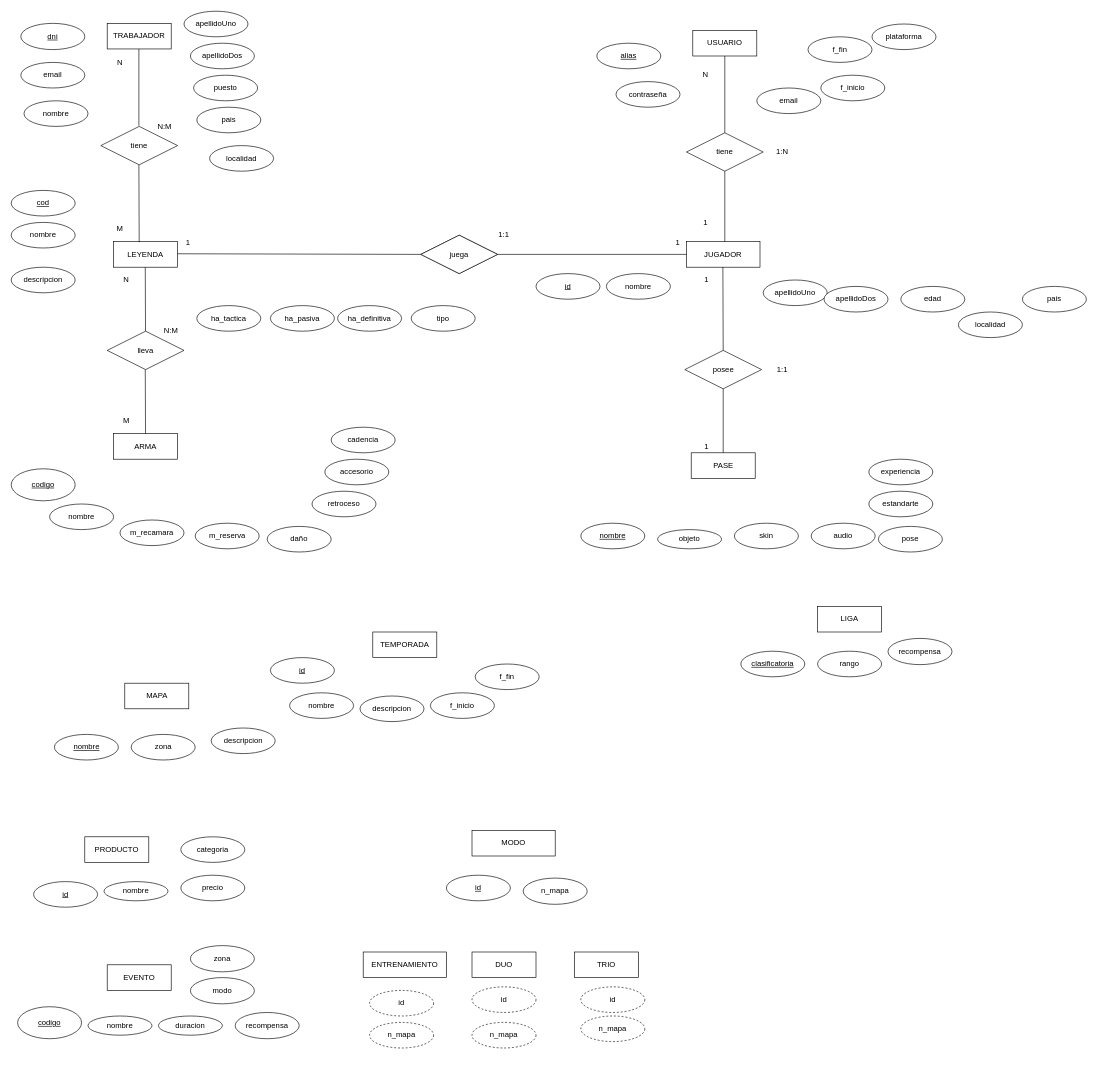
The draw.io diagram modelo_entidad_relacion/modelo_entidad_relacion.drawio in raulgp97/base_de_datos_apex_leyends, before the edit. Source tidied: cells renumbered, new cells numbered last; positions are measured from the earlier drawing's top-left corner, leaving out a move shared by most shapes. Both pictures are drawn from the tidied source at 64%, with x=0, y=0 at pixel (11, 11).
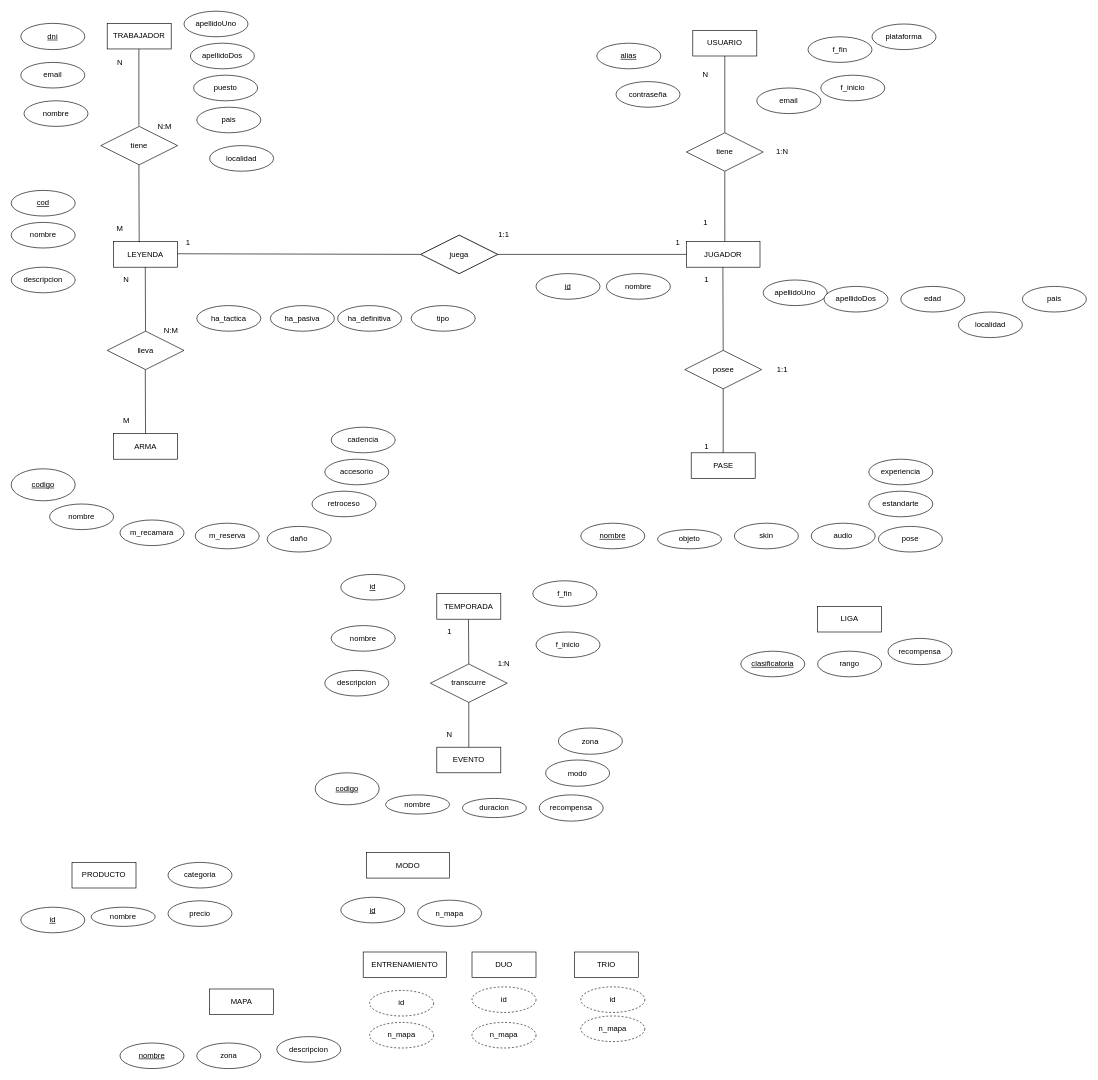
After the change.

Commit message:
Relacion temporada y evento: He establecido la relacion uno a muchos entre las entidades temporada y evento modelo_entidad_relacion.drawio

The edit, as a diff of the source:
```diff
@@
     <mxCell id="5" value="MAPA" style="whiteSpace=wrap;html=1;align=center;" parent="1" vertex="1">
-      <mxGeometry x="177.5" y="1050" width="100" height="40" as="geometry" />
+      <mxGeometry x="310" y="1527.8" width="100" height="40" as="geometry" />
     </mxCell>
     <mxCell id="6" value="TEMPORADA" style="whiteSpace=wrap;html=1;align=center;" parent="1" vertex="1">
-      <mxGeometry x="565" y="970" width="100" height="40" as="geometry" />
+      <mxGeometry x="665" y="910" width="100" height="40" as="geometry" />
     </mxCell>
@@
     <mxCell id="10" value="PRODUCTO" style="whiteSpace=wrap;html=1;align=center;" parent="1" vertex="1">
-      <mxGeometry x="115" y="1290" width="100" height="40" as="geometry" />
+      <mxGeometry x="95" y="1330" width="100" height="40" as="geometry" />
     </mxCell>
@@
     <mxCell id="14" value="EVENTO" style="whiteSpace=wrap;html=1;align=center;" parent="1" vertex="1">
-      <mxGeometry x="150" y="1490" width="100" height="40" as="geometry" />
+      <mxGeometry x="665" y="1150" width="100" height="40" as="geometry" />
     </mxCell>
@@
     <mxCell id="44" value="id" style="ellipse;whiteSpace=wrap;html=1;align=center;fontStyle=4;" parent="1" vertex="1">
-      <mxGeometry x="405" y="1010" width="100" height="40" as="geometry" />
+      <mxGeometry x="515" y="880" width="100" height="40" as="geometry" />
     </mxCell>
     <mxCell id="45" value="nombre" style="ellipse;whiteSpace=wrap;html=1;align=center;" parent="1" vertex="1">
-      <mxGeometry x="435" y="1065" width="100" height="40" as="geometry" />
+      <mxGeometry x="500" y="960" width="100" height="40" as="geometry" />
     </mxCell>
     <mxCell id="46" value="f_inicio" style="ellipse;whiteSpace=wrap;html=1;align=center;" parent="1" vertex="1">
-      <mxGeometry x="655" y="1065" width="100" height="40" as="geometry" />
+      <mxGeometry x="820" y="970" width="100" height="40" as="geometry" />
     </mxCell>
     <mxCell id="47" value="f_fin" style="ellipse;whiteSpace=wrap;html=1;align=center;" parent="1" vertex="1">
-      <mxGeometry x="725" y="1020" width="100" height="40" as="geometry" />
+      <mxGeometry x="815" y="890" width="100" height="40" as="geometry" />
     </mxCell>
     <mxCell id="48" value="descripcion" style="ellipse;whiteSpace=wrap;html=1;align=center;" parent="1" vertex="1">
-      <mxGeometry x="545" y="1070" width="100" height="40" as="geometry" />
+      <mxGeometry x="490" y="1030" width="100" height="40" as="geometry" />
     </mxCell>
     <mxCell id="49" value="zona" style="ellipse;whiteSpace=wrap;html=1;align=center;" parent="1" vertex="1">
-      <mxGeometry x="187.5" y="1130" width="100" height="40" as="geometry" />
+      <mxGeometry x="290" y="1612.2" width="100" height="40" as="geometry" />
     </mxCell>
     <mxCell id="50" value="descripcion" style="ellipse;whiteSpace=wrap;html=1;align=center;" parent="1" vertex="1">
-      <mxGeometry x="312.5" y="1120" width="100" height="40" as="geometry" />
+      <mxGeometry x="415" y="1602.2" width="100" height="40" as="geometry" />
     </mxCell>
     <mxCell id="51" value="nombre" style="ellipse;whiteSpace=wrap;html=1;align=center;fontStyle=4;" parent="1" vertex="1">
-      <mxGeometry x="67.5" y="1130" width="100" height="40" as="geometry" />
+      <mxGeometry x="170" y="1612.2" width="100" height="40" as="geometry" />
     </mxCell>
@@
     <mxCell id="62" value="id" style="ellipse;whiteSpace=wrap;html=1;align=center;fontStyle=4;" parent="1" vertex="1">
-      <mxGeometry x="35" y="1360" width="100" height="40" as="geometry" />
+      <mxGeometry x="15" y="1400" width="100" height="40" as="geometry" />
     </mxCell>
     <mxCell id="63" value="precio" style="ellipse;whiteSpace=wrap;html=1;align=center;" parent="1" vertex="1">
-      <mxGeometry x="265" y="1350" width="100" height="40" as="geometry" />
+      <mxGeometry x="245" y="1390" width="100" height="40" as="geometry" />
     </mxCell>
     <mxCell id="64" value="nombre" style="ellipse;whiteSpace=wrap;html=1;align=center;" parent="1" vertex="1">
-      <mxGeometry x="145" y="1360" width="100" height="30" as="geometry" />
+      <mxGeometry x="125" y="1400" width="100" height="30" as="geometry" />
     </mxCell>
     <mxCell id="65" value="categoria" style="ellipse;whiteSpace=wrap;html=1;align=center;" parent="1" vertex="1">
-      <mxGeometry x="265" y="1290" width="100" height="40" as="geometry" />
+      <mxGeometry x="245" y="1330" width="100" height="40" as="geometry" />
     </mxCell>
@@
     <mxCell id="74" value="duracion" style="ellipse;whiteSpace=wrap;html=1;align=center;" parent="1" vertex="1">
-      <mxGeometry x="230" y="1570" width="100" height="30" as="geometry" />
+      <mxGeometry x="705" y="1230" width="100" height="30" as="geometry" />
     </mxCell>
     <mxCell id="75" value="nombre" style="ellipse;whiteSpace=wrap;html=1;align=center;" parent="1" vertex="1">
-      <mxGeometry x="120" y="1570" width="100" height="30" as="geometry" />
+      <mxGeometry x="585" y="1224.5" width="100" height="30" as="geometry" />
     </mxCell>
     <mxCell id="76" value="recompensa" style="ellipse;whiteSpace=wrap;html=1;align=center;" parent="1" vertex="1">
-      <mxGeometry x="350" y="1564.5" width="100" height="41" as="geometry" />
+      <mxGeometry x="825" y="1224.5" width="100" height="41" as="geometry" />
     </mxCell>
     <mxCell id="77" value="modo" style="ellipse;whiteSpace=wrap;html=1;align=center;" parent="1" vertex="1">
-      <mxGeometry x="280" y="1510" width="100" height="41" as="geometry" />
+      <mxGeometry x="835" y="1170" width="100" height="41" as="geometry" />
     </mxCell>
     <mxCell id="78" value="zona" style="ellipse;whiteSpace=wrap;html=1;align=center;" parent="1" vertex="1">
-      <mxGeometry x="280" y="1460" width="100" height="41" as="geometry" />
+      <mxGeometry x="855" y="1120" width="100" height="41" as="geometry" />
     </mxCell>
     <mxCell id="79" value="codigo" style="ellipse;whiteSpace=wrap;html=1;align=center;fontStyle=4;" parent="1" vertex="1">
-      <mxGeometry x="10" y="1555.5" width="100" height="50" as="geometry" />
+      <mxGeometry x="475" y="1190" width="100" height="50" as="geometry" />
     </mxCell>
     <mxCell id="80" value="n_mapa" style="ellipse;whiteSpace=wrap;html=1;align=center;" parent="1" vertex="1">
-      <mxGeometry x="800" y="1354.5" width="100" height="41" as="geometry" />
+      <mxGeometry x="635" y="1389" width="100" height="41" as="geometry" />
     </mxCell>
     <mxCell id="81" value="MODO" style="whiteSpace=wrap;html=1;align=center;" parent="1" vertex="1">
-      <mxGeometry x="720" y="1280" width="130" height="40" as="geometry" />
+      <mxGeometry x="555" y="1314.5" width="130" height="40" as="geometry" />
     </mxCell>
     <mxCell id="82" value="id" style="ellipse;whiteSpace=wrap;html=1;align=center;fontStyle=4;" parent="1" vertex="1">
-      <mxGeometry x="680" y="1350" width="100" height="40" as="geometry" />
+      <mxGeometry x="515" y="1384.5" width="100" height="40" as="geometry" />
     </mxCell>
@@
+    <mxCell id="120" value="transcurre" style="shape=rhombus;perimeter=rhombusPerimeter;whiteSpace=wrap;html=1;align=center;" parent="1" vertex="1">
+      <mxGeometry x="655" y="1020" width="120" height="60" as="geometry" />
+    </mxCell>
+    <mxCell id="121" style="endArrow=none;html=1;rounded=0;entryX=0.5;entryY=1;entryDx=0;entryDy=0;exitX=0.5;exitY=0;exitDx=0;exitDy=0;" parent="1" edge="1" source="120">
+      <mxGeometry relative="1" as="geometry">
+        <mxPoint x="714.5" y="950.5" as="targetPoint" />
+      </mxGeometry>
+    </mxCell>
+    <mxCell id="122" style="endArrow=none;html=1;rounded=0;entryX=0.5;entryY=1;entryDx=0;entryDy=0;exitX=0.5;exitY=0;exitDx=0;exitDy=0;" parent="1" edge="1" target="120">
+      <mxGeometry relative="1" as="geometry">
+        <mxPoint x="715" y="1150" as="sourcePoint" />
+      </mxGeometry>
+    </mxCell>
+    <mxCell id="123" value="1" style="text;html=1;strokeColor=none;fillColor=none;align=center;verticalAlign=middle;whiteSpace=wrap;rounded=0;" parent="1" vertex="1">
+      <mxGeometry x="665" y="960" width="40" height="20" as="geometry" />
+    </mxCell>
+    <mxCell id="124" value="N" style="text;html=1;strokeColor=none;fillColor=none;align=center;verticalAlign=middle;whiteSpace=wrap;rounded=0;" parent="1" vertex="1">
+      <mxGeometry x="665" y="1120" width="40" height="20" as="geometry" />
+    </mxCell>
+    <mxCell id="125" value="1:N" style="text;html=1;strokeColor=none;fillColor=none;align=center;verticalAlign=middle;whiteSpace=wrap;rounded=0;" parent="1" vertex="1">
+      <mxGeometry x="750" y="1010" width="40" height="20" as="geometry" />
+    </mxCell>
```
